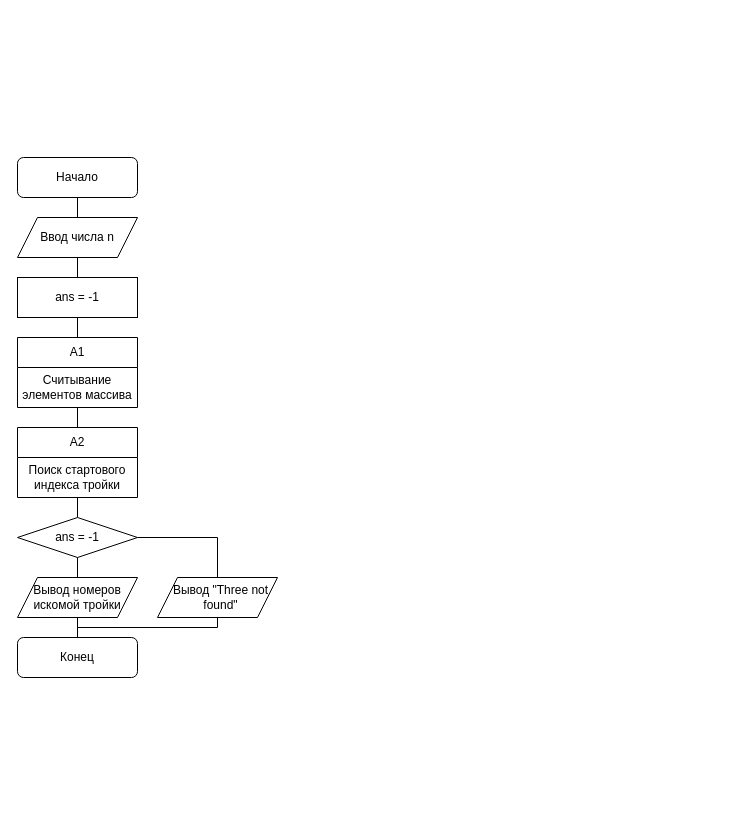
The draw.io diagram LAB_02.drawio in DexTver/LAB_02_14, before the edit. Source tidied: cells renumbered, new cells numbered last; positions are measured from the earlier drawing's top-left corner, leaving out a move shared by most shapes. Both pictures are drawn from the tidied source at 100%, with x=0, y=0 at pixel (17, 157).
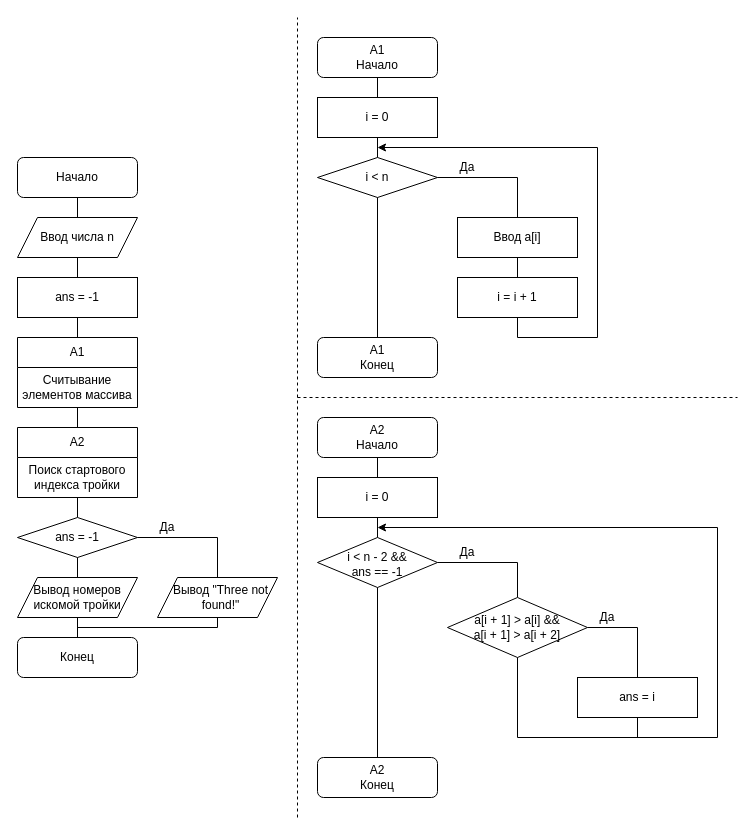
After the change.

What changed in the source:
```diff
@@
-    <mxCell id="16" value="Вывод &quot;Three not found&quot;" style="shape=parallelogram;perimeter=parallelogramPerimeter;whiteSpace=wrap;html=1;fixedSize=1;spacingLeft=7;" parent="1" vertex="1">
+    <mxCell id="16" value="Вывод &quot;Three not found!&quot;" style="shape=parallelogram;perimeter=parallelogramPerimeter;whiteSpace=wrap;html=1;fixedSize=1;spacingLeft=7;" parent="1" vertex="1">
       <mxGeometry x="140" y="420" width="120" height="40" as="geometry" />
     </mxCell>
@@
+    <mxCell id="22" style="endArrow=none;dashed=1;html=1;rounded=0;" parent="1" edge="1">
+      <mxGeometry relative="1" as="geometry">
+        <mxPoint x="280" y="660" as="sourcePoint" />
+        <mxPoint x="280" y="-140" as="targetPoint" />
+      </mxGeometry>
+    </mxCell>
+    <mxCell id="23" value="A1&lt;br&gt;Начало" style="rounded=1;whiteSpace=wrap;html=1;" parent="1" vertex="1">
+      <mxGeometry x="300" y="-120" width="120" height="40" as="geometry" />
+    </mxCell>
+    <mxCell id="24" value="i = 0" style="rounded=0;whiteSpace=wrap;html=1;" parent="1" vertex="1">
+      <mxGeometry x="300" y="-60" width="120" height="40" as="geometry" />
+    </mxCell>
+    <mxCell id="25" style="endArrow=none;html=1;rounded=0;entryX=0.5;entryY=1;entryDx=0;entryDy=0;exitX=0.5;exitY=0;exitDx=0;exitDy=0;" parent="1" edge="1" source="24" target="23">
+      <mxGeometry relative="1" as="geometry" />
+    </mxCell>
+    <mxCell id="26" value="i &amp;lt; n" style="rhombus;whiteSpace=wrap;html=1;" parent="1" vertex="1">
+      <mxGeometry x="300" width="120" height="40" as="geometry" />
+    </mxCell>
+    <mxCell id="27" value="Ввод a[i]" style="rounded=0;whiteSpace=wrap;html=1;" parent="1" vertex="1">
+      <mxGeometry x="440" y="60" width="120" height="40" as="geometry" />
+    </mxCell>
+    <mxCell id="28" value="i = i + 1" style="rounded=0;whiteSpace=wrap;html=1;" parent="1" vertex="1">
+      <mxGeometry x="440" y="120" width="120" height="40" as="geometry" />
+    </mxCell>
+    <mxCell id="29" style="endArrow=none;html=1;rounded=0;entryX=1;entryY=0.5;entryDx=0;entryDy=0;exitX=0.5;exitY=0;exitDx=0;exitDy=0;" parent="1" edge="1" source="27" target="26">
+      <mxGeometry relative="1" as="geometry">
+        <Array as="points">
+          <mxPoint x="500" y="20" />
+        </Array>
+      </mxGeometry>
+    </mxCell>
+    <mxCell id="30" style="endArrow=none;html=1;rounded=0;entryX=0.5;entryY=1;entryDx=0;entryDy=0;exitX=0.5;exitY=0;exitDx=0;exitDy=0;" parent="1" edge="1" source="28" target="27">
+      <mxGeometry relative="1" as="geometry" />
+    </mxCell>
+    <mxCell id="31" style="endArrow=none;html=1;rounded=0;entryX=0.5;entryY=1;entryDx=0;entryDy=0;endFill=0;startArrow=classic;startFill=1;" parent="1" edge="1" target="28">
+      <mxGeometry relative="1" as="geometry">
+        <mxPoint x="360" y="-10" as="sourcePoint" />
+        <Array as="points">
+          <mxPoint x="580" y="-10" />
+          <mxPoint x="580" y="180" />
+          <mxPoint x="500" y="180" />
+        </Array>
+      </mxGeometry>
+    </mxCell>
+    <mxCell id="32" style="endArrow=none;html=1;rounded=0;exitX=0.5;exitY=0;exitDx=0;exitDy=0;entryX=0.5;entryY=1;entryDx=0;entryDy=0;" parent="1" edge="1" source="26" target="24">
+      <mxGeometry relative="1" as="geometry" />
+    </mxCell>
+    <mxCell id="33" value="A1&lt;br&gt;Конец" style="rounded=1;whiteSpace=wrap;html=1;" parent="1" vertex="1">
+      <mxGeometry x="300" y="180" width="120" height="40" as="geometry" />
+    </mxCell>
+    <mxCell id="34" style="endArrow=none;html=1;rounded=0;entryX=0.5;entryY=1;entryDx=0;entryDy=0;exitX=0.5;exitY=0;exitDx=0;exitDy=0;" parent="1" edge="1" source="33" target="26">
+      <mxGeometry relative="1" as="geometry" />
+    </mxCell>
+    <mxCell id="35" value="Да" style="text;html=1;strokeColor=none;fillColor=none;align=center;verticalAlign=middle;whiteSpace=wrap;rounded=0;" parent="1" vertex="1">
+      <mxGeometry x="420" y="-5" width="60" height="30" as="geometry" />
+    </mxCell>
+    <mxCell id="36" value="Да" style="text;html=1;strokeColor=none;fillColor=none;align=center;verticalAlign=middle;whiteSpace=wrap;rounded=0;" parent="1" vertex="1">
+      <mxGeometry x="120" y="355" width="60" height="30" as="geometry" />
+    </mxCell>
+    <mxCell id="37" style="endArrow=none;dashed=1;html=1;rounded=0;" parent="1" edge="1">
+      <mxGeometry relative="1" as="geometry">
+        <mxPoint x="280" y="240" as="sourcePoint" />
+        <mxPoint x="720" y="240" as="targetPoint" />
+      </mxGeometry>
+    </mxCell>
+    <mxCell id="38" value="A2&lt;br&gt;Начало" style="rounded=1;whiteSpace=wrap;html=1;" parent="1" vertex="1">
+      <mxGeometry x="300" y="260" width="120" height="40" as="geometry" />
+    </mxCell>
+    <mxCell id="39" value="i = 0" style="rounded=0;whiteSpace=wrap;html=1;" parent="1" vertex="1">
+      <mxGeometry x="300" y="320" width="120" height="40" as="geometry" />
+    </mxCell>
+    <mxCell id="40" value="i &amp;lt; n - 2 &amp;amp;&amp;amp; &lt;br&gt;ans == -1" style="rhombus;whiteSpace=wrap;html=1;spacingLeft=10;spacingRight=10;spacingTop=3;" parent="1" vertex="1">
+      <mxGeometry x="300" y="380" width="120" height="50" as="geometry" />
+    </mxCell>
+    <mxCell id="41" style="endArrow=none;html=1;rounded=0;entryX=0.5;entryY=1;entryDx=0;entryDy=0;exitX=0.5;exitY=0;exitDx=0;exitDy=0;" parent="1" edge="1" source="39" target="38">
+      <mxGeometry relative="1" as="geometry" />
+    </mxCell>
+    <mxCell id="42" style="endArrow=none;html=1;rounded=0;entryX=0.5;entryY=1;entryDx=0;entryDy=0;exitX=0.5;exitY=0;exitDx=0;exitDy=0;" parent="1" edge="1" source="40" target="39">
+      <mxGeometry relative="1" as="geometry" />
+    </mxCell>
+    <mxCell id="43" style="endArrow=none;html=1;rounded=0;entryX=1;entryY=0.5;entryDx=0;entryDy=0;exitX=0.5;exitY=0;exitDx=0;exitDy=0;" parent="1" edge="1" source="44" target="40">
+      <mxGeometry relative="1" as="geometry">
+        <Array as="points">
+          <mxPoint x="500" y="405" />
+        </Array>
+      </mxGeometry>
+    </mxCell>
+    <mxCell id="44" value="a[i + 1] &amp;gt; a[i] &amp;amp;&amp;amp;&lt;br&gt;a[i + 1] &amp;gt; a[i + 2]" style="rhombus;whiteSpace=wrap;html=1;" parent="1" vertex="1">
+      <mxGeometry x="430" y="440" width="140" height="60" as="geometry" />
+    </mxCell>
+    <mxCell id="45" value="ans = i" style="rounded=0;whiteSpace=wrap;html=1;" parent="1" vertex="1">
+      <mxGeometry x="560" y="520" width="120" height="40" as="geometry" />
+    </mxCell>
+    <mxCell id="46" style="endArrow=classic;html=1;rounded=0;exitX=0.5;exitY=1;exitDx=0;exitDy=0;" parent="1" edge="1" source="44">
+      <mxGeometry relative="1" as="geometry">
+        <mxPoint x="360" y="370" as="targetPoint" />
+        <Array as="points">
+          <mxPoint x="500" y="580" />
+          <mxPoint x="700" y="580" />
+          <mxPoint x="700" y="370" />
+        </Array>
+      </mxGeometry>
+    </mxCell>
+    <mxCell id="47" style="endArrow=none;html=1;rounded=0;entryX=1;entryY=0.5;entryDx=0;entryDy=0;exitX=0.5;exitY=0;exitDx=0;exitDy=0;" parent="1" edge="1" source="45" target="44">
+      <mxGeometry relative="1" as="geometry">
+        <Array as="points">
+          <mxPoint x="620" y="470" />
+        </Array>
+      </mxGeometry>
+    </mxCell>
+    <mxCell id="48" style="endArrow=none;html=1;rounded=0;entryX=0.5;entryY=1;entryDx=0;entryDy=0;" parent="1" edge="1" target="45">
+      <mxGeometry relative="1" as="geometry">
+        <mxPoint x="620" y="580" as="sourcePoint" />
+      </mxGeometry>
+    </mxCell>
+    <mxCell id="49" value="Да" style="text;html=1;strokeColor=none;fillColor=none;align=center;verticalAlign=middle;whiteSpace=wrap;rounded=0;" parent="1" vertex="1">
+      <mxGeometry x="560" y="445" width="60" height="30" as="geometry" />
+    </mxCell>
+    <mxCell id="50" value="A2&lt;br&gt;Конец" style="rounded=1;whiteSpace=wrap;html=1;" parent="1" vertex="1">
+      <mxGeometry x="300" y="600" width="120" height="40" as="geometry" />
+    </mxCell>
+    <mxCell id="51" style="endArrow=none;html=1;rounded=0;entryX=0.5;entryY=1;entryDx=0;entryDy=0;exitX=0.5;exitY=0;exitDx=0;exitDy=0;" parent="1" edge="1" source="50" target="40">
+      <mxGeometry relative="1" as="geometry" />
+    </mxCell>
+    <mxCell id="52" value="Да" style="text;html=1;strokeColor=none;fillColor=none;align=center;verticalAlign=middle;whiteSpace=wrap;rounded=0;" parent="1" vertex="1">
+      <mxGeometry x="420" y="380" width="60" height="30" as="geometry" />
+    </mxCell>
```
